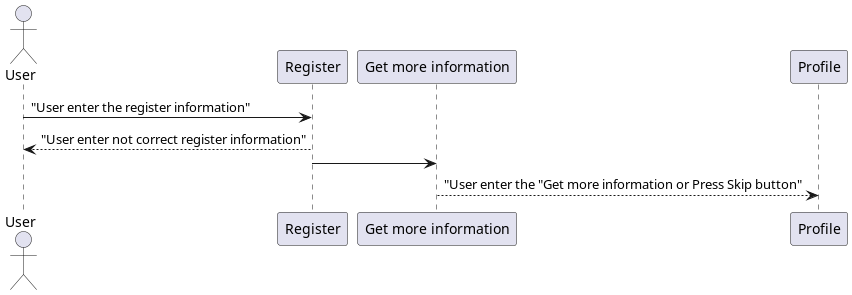
The PlantUML diagram Level_2/Term_2/Software Engineering/Projects/Project_1/UML/regester sequence.png in anaselgarhy/University-old, before a commit.
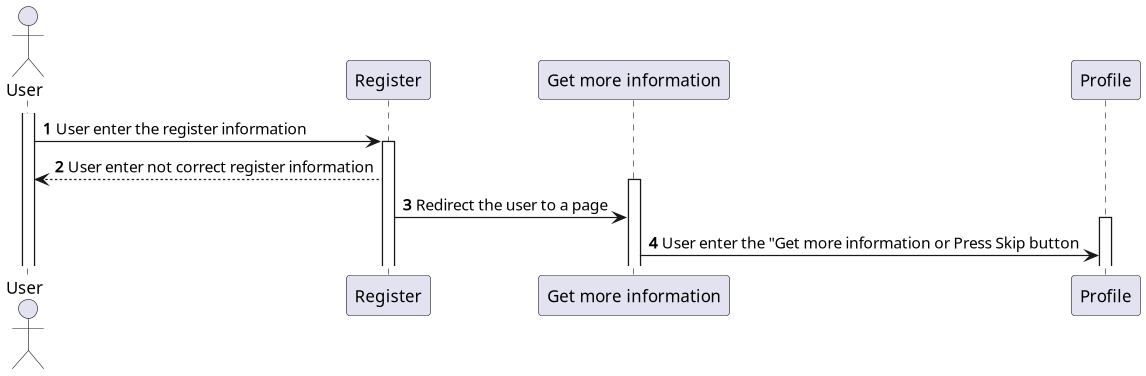
The same diagram one commit later.

Change to the diagram source:
```diff
@@ -1,12 +1,18 @@
 @startuml
 
+autonumber
 actor User as "User"
 
-User -> Register : "User enter the register information"
-Register --> User : "User enter not correct register information"
+activate User
+User -> Register : User enter the register information
 
-Register -> "Get more information"
+activate Register
+Register --> User : User enter not correct register information
 
-"Get more information" --> Profile : "User enter the "Get more information or Press Skip button"
+activate "Get more information"
+Register -> "Get more information" : Redirect the user to a page
+
+activate Profile
+"Get more information" -> Profile : User enter the "Get more information or Press Skip button
 
 @enduml
```
